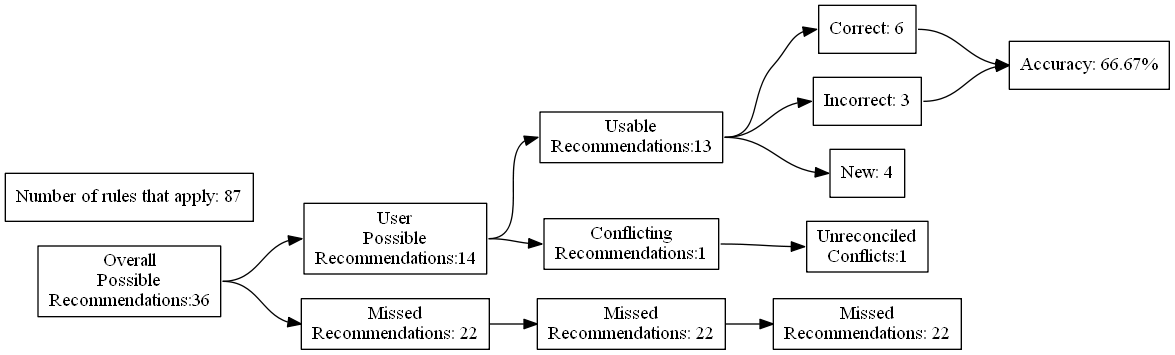
Earlier version of the Graphviz export test_renders/68.gv.png (ZaxR/ibd_diet_analysis). Its source is kept beside it as test_renders/68.gv. Its diagram source:
```dot
digraph {
	graph [rankdir=LR]
	node [pos=r shape=box]
	edge [headport=w tailport=e]
		A [label="Overall
Possible
Recommendations:36"]
		B [label="User
Possible
Recommendations:14"]
		C [label="Missed
Recommendations: 22"]
		D [label="Usable
Recommendations:13"]
		E [label="Conflicting
Recommendations:1"]
		J [label="Missed
Recommendations: 22"]
		M [label="Unreconciled
Conflicts:1"]
		F [label="Correct: 6"]
		G [label="Incorrect: 3"]
		H [label="New: 4"]
		K [label="Missed
Recommendations: 22"]
		I [label="Accuracy: 66.67%"]
		l [label="Number of rules that apply: 87"]
			A -> B
			A -> C
			B -> D
			B -> E
			D -> F
			D -> G
			D -> H
			F -> I
			G -> I
			C -> J
			J -> K
			E -> M
}
```
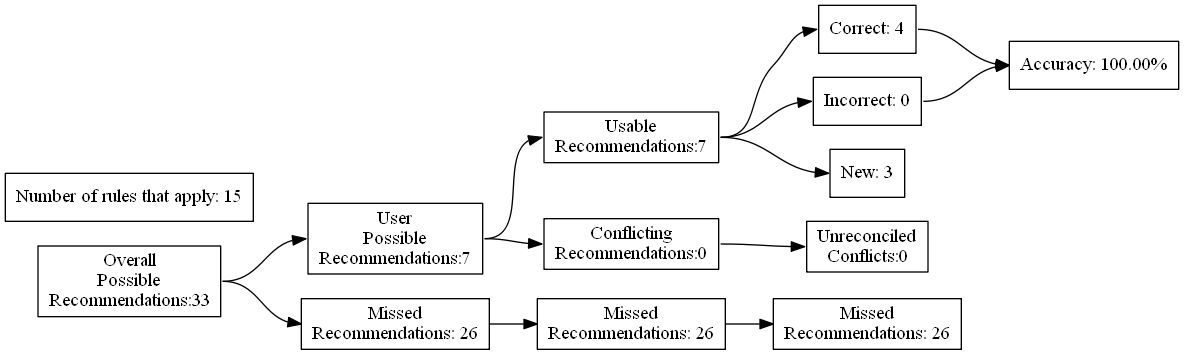
The same diagram one commit later.

The edit, as a diff of the source:
```diff
@@ -4,27 +4,27 @@
 	edge [headport=w tailport=e]
 		A [label="Overall
 Possible
-Recommendations:36"]
+Recommendations:33"]
 		B [label="User
 Possible
-Recommendations:14"]
+Recommendations:7"]
 		C [label="Missed
-Recommendations: 22"]
+Recommendations: 26"]
 		D [label="Usable
-Recommendations:13"]
+Recommendations:7"]
 		E [label="Conflicting
-Recommendations:1"]
+Recommendations:0"]
 		J [label="Missed
-Recommendations: 22"]
+Recommendations: 26"]
 		M [label="Unreconciled
-Conflicts:1"]
-		F [label="Correct: 6"]
-		G [label="Incorrect: 3"]
-		H [label="New: 4"]
+Conflicts:0"]
+		F [label="Correct: 4"]
+		G [label="Incorrect: 0"]
+		H [label="New: 3"]
 		K [label="Missed
-Recommendations: 22"]
-		I [label="Accuracy: 66.67%"]
-		l [label="Number of rules that apply: 87"]
+Recommendations: 26"]
+		I [label="Accuracy: 100.00%"]
+		l [label="Number of rules that apply: 15"]
 			A -> B
 			A -> C
 			B -> D
```
